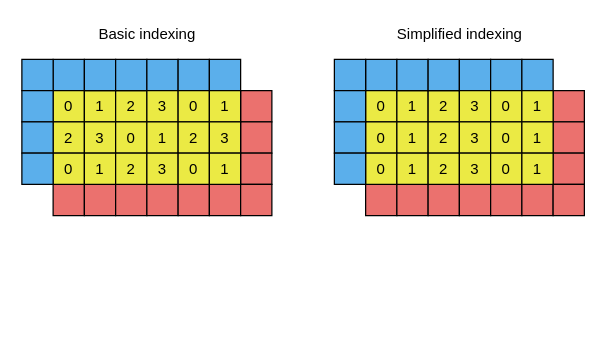
MK4H/DPText keeps this draw.io diagram as page "SimplifiedIndexing" (2 of 9) of en/img/warp_per_shift.drawio. Above is the earlier version. Source tidied: cells renumbered, new cells numbered last; positions are measured from the earlier drawing's top-left corner, leaving out a move shared by most shapes. Both pictures are drawn from the tidied source at 125%, with x=0, y=0 at pixel (21, 21).
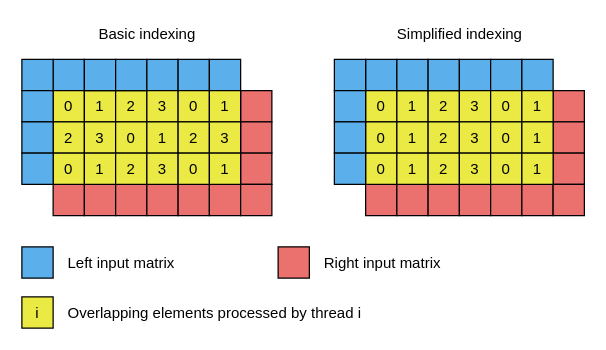
The same diagram, later.

Diff of the diagram source:
```diff
@@
+    <mxCell id="80" style="rounded=0;whiteSpace=wrap;html=1;fillColor=#5BAFEB;" parent="1" vertex="1">
+      <mxGeometry y="180" width="25" height="25" as="geometry" />
+    </mxCell>
+    <mxCell id="81" style="rounded=0;whiteSpace=wrap;html=1;fillColor=#EB716E;" parent="1" vertex="1">
+      <mxGeometry x="205" y="180" width="25" height="25" as="geometry" />
+    </mxCell>
+    <mxCell id="82" value="i" style="rounded=0;whiteSpace=wrap;html=1;fillColor=#EBEA44;" parent="1" vertex="1">
+      <mxGeometry y="220" width="25" height="25" as="geometry" />
+    </mxCell>
+    <mxCell id="83" value="Left input matrix" style="text;html=1;align=left;verticalAlign=middle;strokeColor=none;fillColor=none;" parent="1" vertex="1">
+      <mxGeometry x="35" y="182.5" width="100" height="20" as="geometry" />
+    </mxCell>
+    <mxCell id="84" value="Right input matrix" style="text;html=1;align=left;verticalAlign=middle;strokeColor=none;fillColor=none;" parent="1" vertex="1">
+      <mxGeometry x="240" y="182.5" width="110" height="20" as="geometry" />
+    </mxCell>
+    <mxCell id="85" value="Overlapping elements processed by thread i" style="text;html=1;align=left;verticalAlign=middle;strokeColor=none;fillColor=none;" parent="1" vertex="1">
+      <mxGeometry x="35" y="222.5" width="250" height="20" as="geometry" />
+    </mxCell>
```
